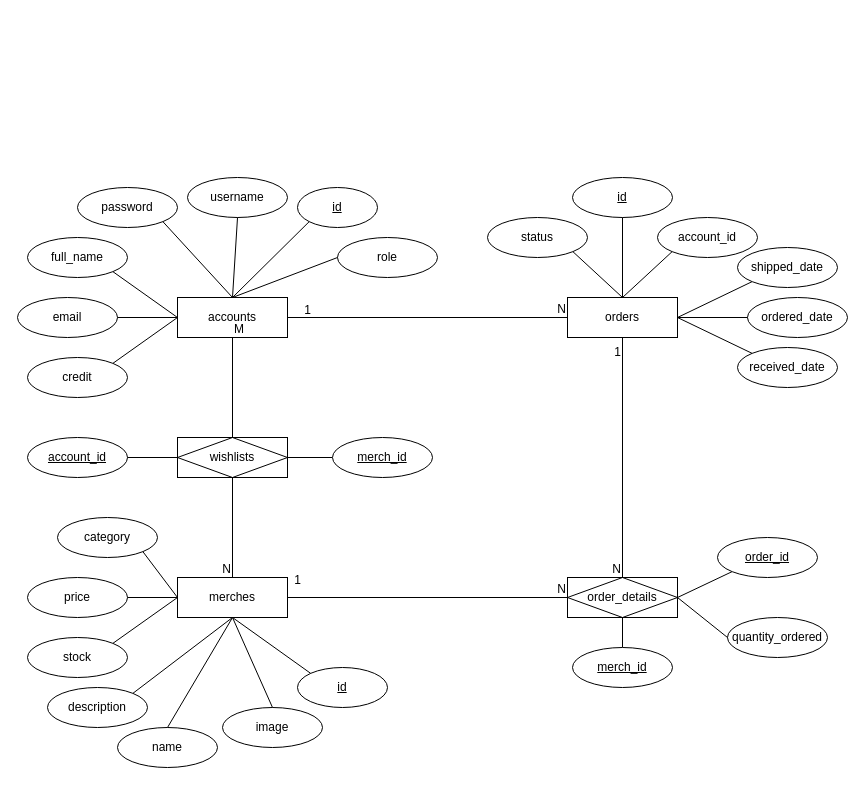
Above: Untitled Diagram.drawio in GumaMohdor/Hallyuin-UTS.ver (draw.io), before the change. Source tidied: cells renumbered, new cells numbered last; positions are measured from the earlier drawing's top-left corner, leaving out a move shared by most shapes. Both pictures are drawn from the tidied source at 100%, with x=0, y=0 at pixel (17, 177).
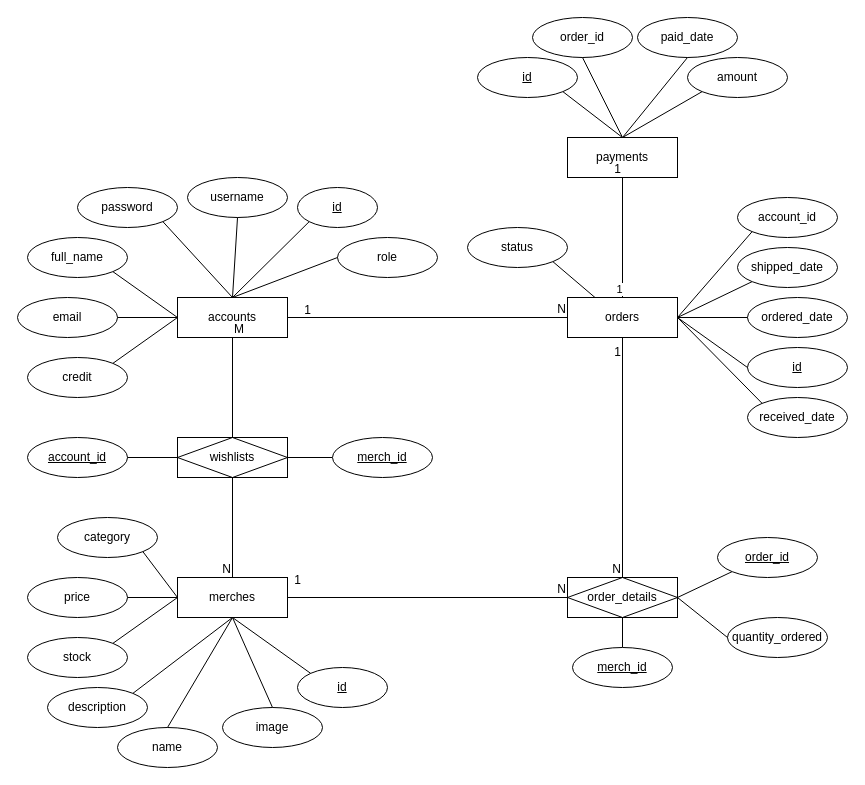
After the change.

Unchanged cells that the change refers to:
```xml
<mxCell id="37" value="orders" style="whiteSpace=wrap;html=1;align=center;" parent="1" vertex="1">
  <mxGeometry x="550" y="120" width="110" height="40" as="geometry" />
</mxCell>
```

What changed in the source:
```diff
@@
     <mxCell id="38" value="id" style="ellipse;whiteSpace=wrap;html=1;align=center;fontStyle=4;" parent="1" vertex="1">
-      <mxGeometry x="555" width="100" height="40" as="geometry" />
+      <mxGeometry x="730" y="170" width="100" height="40" as="geometry" />
     </mxCell>
     <mxCell id="39" value="account_id" style="ellipse;whiteSpace=wrap;html=1;align=center;" parent="1" vertex="1">
-      <mxGeometry x="640" y="40" width="100" height="40" as="geometry" />
+      <mxGeometry x="720" y="20" width="100" height="40" as="geometry" />
     </mxCell>
-    <mxCell id="40" style="endArrow=none;html=1;rounded=0;exitX=0.5;exitY=1;exitDx=0;exitDy=0;entryX=0.5;entryY=0;entryDx=0;entryDy=0;" parent="1" edge="1" source="38" target="37">
+    <mxCell id="40" style="endArrow=none;html=1;rounded=0;exitX=0;exitY=0.5;exitDx=0;exitDy=0;entryX=1;entryY=0.5;entryDx=0;entryDy=0;" parent="1" edge="1" source="38" target="37">
       <mxGeometry relative="1" as="geometry" />
     </mxCell>
-    <mxCell id="41" style="endArrow=none;html=1;rounded=0;exitX=0.5;exitY=0;exitDx=0;exitDy=0;entryX=0;entryY=1;entryDx=0;entryDy=0;" parent="1" edge="1" source="37" target="39">
+    <mxCell id="41" style="endArrow=none;html=1;rounded=0;exitX=1;exitY=0.5;exitDx=0;exitDy=0;entryX=0;entryY=1;entryDx=0;entryDy=0;" parent="1" edge="1" source="37" target="39">
       <mxGeometry relative="1" as="geometry" />
     </mxCell>
@@
     <mxCell id="57" value="status" style="ellipse;whiteSpace=wrap;html=1;align=center;" parent="1" vertex="1">
-      <mxGeometry x="470" y="40" width="100" height="40" as="geometry" />
+      <mxGeometry x="450" y="50" width="100" height="40" as="geometry" />
     </mxCell>
-    <mxCell id="58" style="endArrow=none;html=1;rounded=0;exitX=1;exitY=1;exitDx=0;exitDy=0;entryX=0.5;entryY=0;entryDx=0;entryDy=0;" parent="1" edge="1" source="57" target="37">
+    <mxCell id="58" style="endArrow=none;html=1;rounded=0;exitX=1;exitY=1;exitDx=0;exitDy=0;entryX=0.25;entryY=0;entryDx=0;entryDy=0;" parent="1" edge="1" source="57" target="37">
       <mxGeometry relative="1" as="geometry" />
     </mxCell>
     <mxCell id="59" value="received_date" style="ellipse;whiteSpace=wrap;html=1;align=center;" parent="1" vertex="1">
-      <mxGeometry x="720" y="170" width="100" height="40" as="geometry" />
+      <mxGeometry x="730" y="220" width="100" height="40" as="geometry" />
     </mxCell>
@@
+    <mxCell id="69" value="payments" style="whiteSpace=wrap;html=1;align=center;" parent="1" vertex="1">
+      <mxGeometry x="550" y="-40" width="110" height="40" as="geometry" />
+    </mxCell>
+    <mxCell id="70" style="endArrow=none;html=1;rounded=0;exitX=0.5;exitY=0;exitDx=0;exitDy=0;entryX=0.5;entryY=1;entryDx=0;entryDy=0;" parent="1" edge="1" source="37" target="69">
+      <mxGeometry relative="1" as="geometry" />
+    </mxCell>
+    <mxCell id="71" value="1" style="html=1;whiteSpace=wrap;align=right;verticalAlign=bottom;" parent="70" vertex="1">
+      <mxGeometry x="1" relative="1" as="geometry" />
+    </mxCell>
+    <mxCell id="72" value="1" style="edgeLabel;html=1;align=center;verticalAlign=middle;" parent="70" vertex="1">
+      <mxGeometry x="-0.85" y="4" relative="1" as="geometry" />
+    </mxCell>
+    <mxCell id="73" value="id" style="ellipse;whiteSpace=wrap;html=1;align=center;fontStyle=4;" parent="1" vertex="1">
+      <mxGeometry x="460" y="-120" width="100" height="40" as="geometry" />
+    </mxCell>
+    <mxCell id="74" style="endArrow=none;html=1;rounded=0;exitX=1;exitY=1;exitDx=0;exitDy=0;entryX=0.5;entryY=0;entryDx=0;entryDy=0;" parent="1" edge="1" source="73" target="69">
+      <mxGeometry relative="1" as="geometry" />
+    </mxCell>
+    <mxCell id="75" value="order_id" style="ellipse;whiteSpace=wrap;html=1;align=center;" parent="1" vertex="1">
+      <mxGeometry x="515" y="-160" width="100" height="40" as="geometry" />
+    </mxCell>
+    <mxCell id="76" style="endArrow=none;html=1;rounded=0;exitX=0.5;exitY=1;exitDx=0;exitDy=0;entryX=0.5;entryY=0;entryDx=0;entryDy=0;" parent="1" edge="1" source="75" target="69">
+      <mxGeometry relative="1" as="geometry" />
+    </mxCell>
+    <mxCell id="77" value="paid_date" style="ellipse;whiteSpace=wrap;html=1;align=center;" parent="1" vertex="1">
+      <mxGeometry x="620" y="-160" width="100" height="40" as="geometry" />
+    </mxCell>
+    <mxCell id="78" style="endArrow=none;html=1;rounded=0;exitX=0.5;exitY=1;exitDx=0;exitDy=0;entryX=0.5;entryY=0;entryDx=0;entryDy=0;" parent="1" edge="1" source="77" target="69">
+      <mxGeometry relative="1" as="geometry" />
+    </mxCell>
+    <mxCell id="79" value="amount" style="ellipse;whiteSpace=wrap;html=1;align=center;" parent="1" vertex="1">
+      <mxGeometry x="670" y="-120" width="100" height="40" as="geometry" />
+    </mxCell>
+    <mxCell id="80" style="endArrow=none;html=1;rounded=0;exitX=0;exitY=1;exitDx=0;exitDy=0;entryX=0.5;entryY=0;entryDx=0;entryDy=0;" parent="1" edge="1" source="79" target="69">
+      <mxGeometry relative="1" as="geometry" />
+    </mxCell>
```
